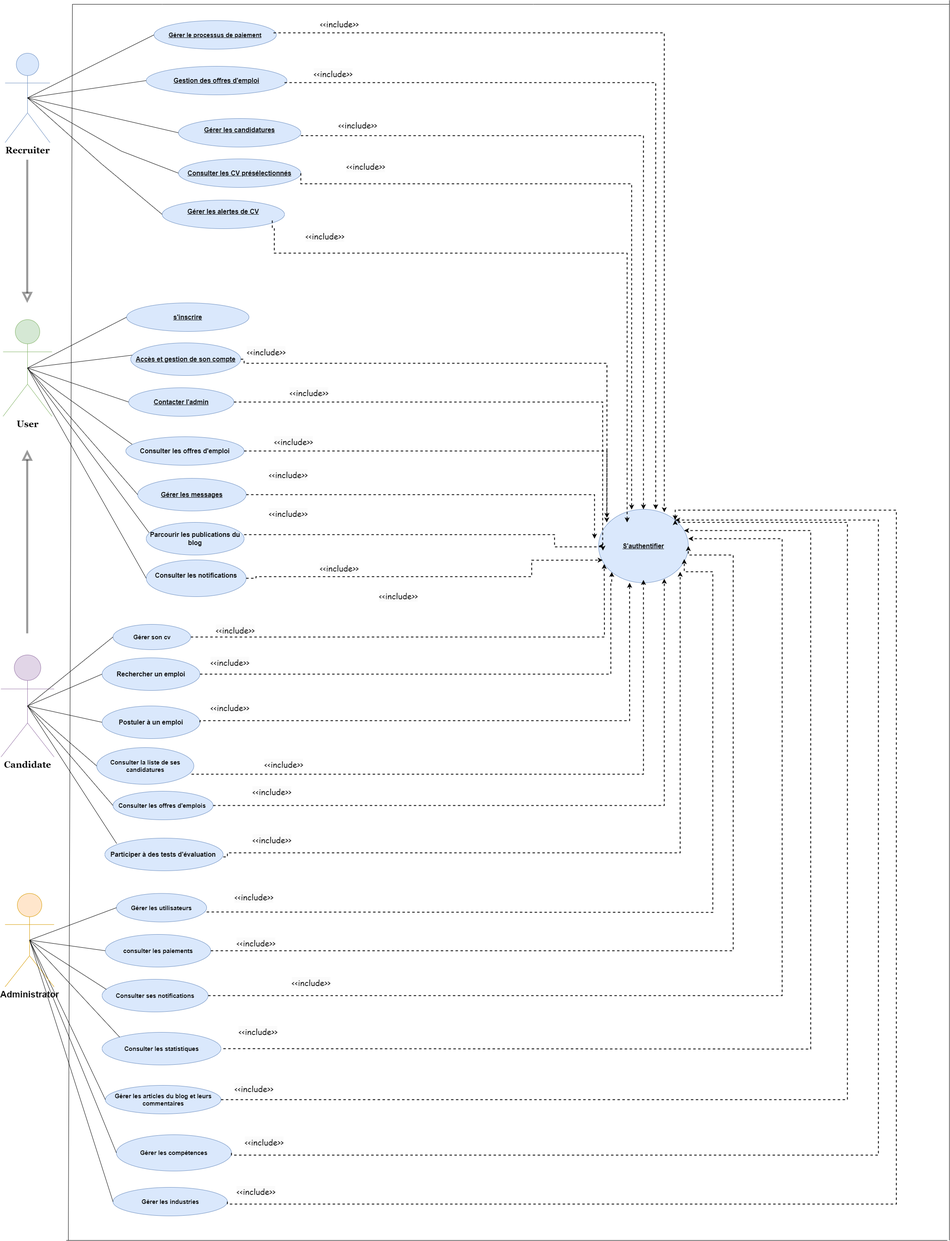
The draw.io diagram Diagramme cas d'utilisation.drawio.png in chirine1/-project, before a commit. Source tidied: cells renumbered, new cells last; positions are measured from the earlier drawing's top-left corner, leaving out a move shared by most shapes.
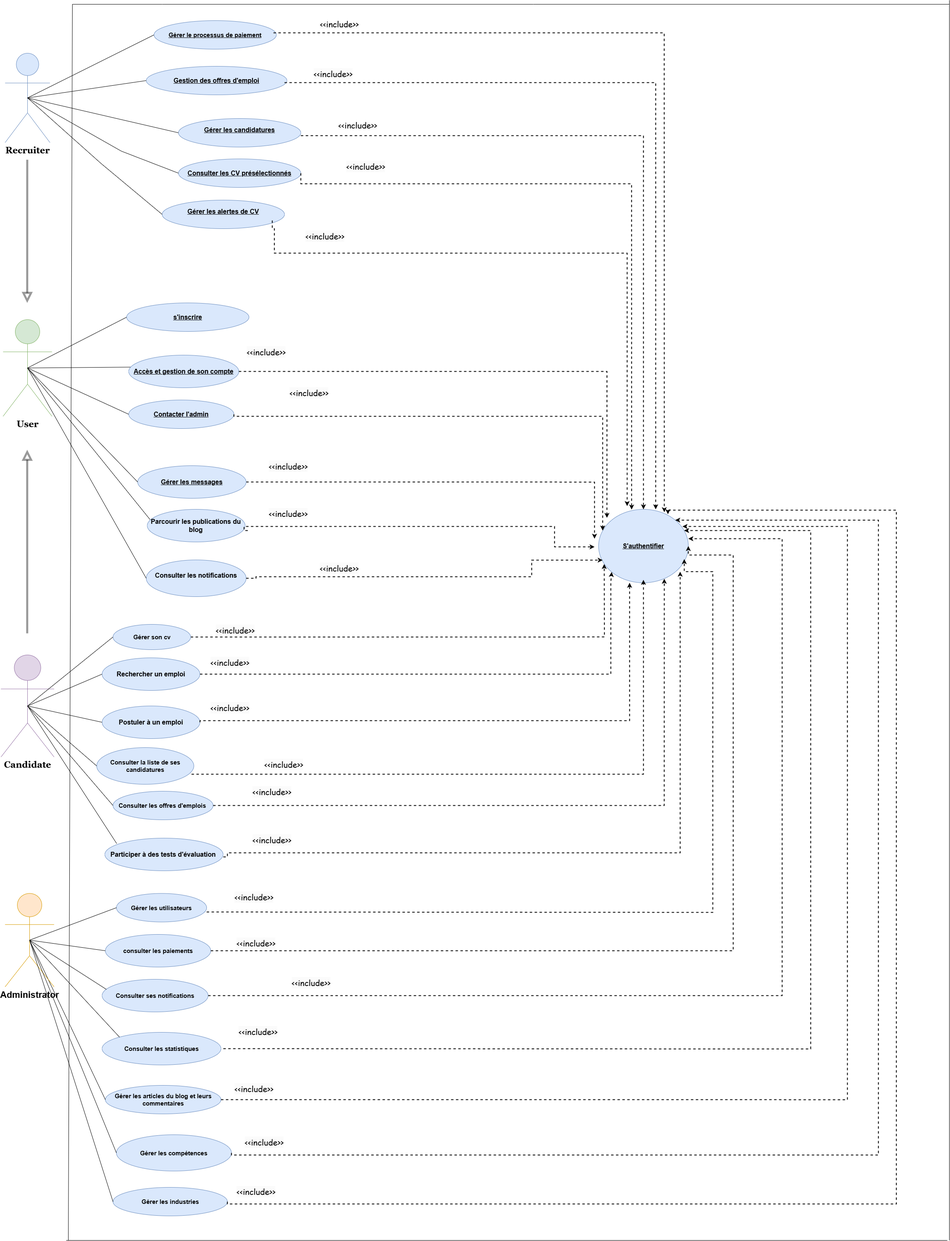
Above is the later version.

Commit message:
Mettre à jour Diagramme cas d'utilisation.drawio.png

The edit, as a diff of the source:
```diff
@@ -25,18 +25,18 @@
       <mxGeometry x="10" y="130" width="110" height="219" as="geometry" />
     </mxCell>
     <mxCell id="6" value="&lt;b style=&quot;font-size: 16px; text-decoration-line: underline;&quot;&gt;Contacter l'admin&lt;/b&gt;" style="ellipse;whiteSpace=wrap;html=1;fillColor=#dae8fc;strokeColor=#6c8ebf;" parent="1" vertex="1">
-      <mxGeometry x="313" y="950" width="258" height="70" as="geometry" />
+      <mxGeometry x="313" y="980" width="258" height="70" as="geometry" />
     </mxCell>
     <mxCell id="7" style="edgeStyle=orthogonalEdgeStyle;rounded=0;jettySize=auto;html=1;dashed=1;exitX=1;exitY=0.5;exitDx=0;exitDy=0;strokeWidth=2;" parent="1" edge="1" source="8">
       <mxGeometry relative="1" as="geometry">
         <mxPoint x="1455" y="1320" as="targetPoint" />
         <Array as="points">
-          <mxPoint x="1455" y="1212" />
+          <mxPoint x="1455" y="1181" />
         </Array>
       </mxGeometry>
     </mxCell>
     <mxCell id="8" value="&lt;b style=&quot;font-size: 16px; text-decoration-line: underline;&quot;&gt;Gérer les messages&lt;/b&gt;" style="ellipse;whiteSpace=wrap;html=1;fillColor=#dae8fc;strokeColor=#6c8ebf;" parent="1" vertex="1">
-      <mxGeometry x="335" y="1172" width="266" height="80" as="geometry" />
+      <mxGeometry x="335" y="1141" width="266" height="80" as="geometry" />
     </mxCell>
     <mxCell id="9" value="&lt;font face=&quot;Helvetica&quot; style=&quot;font-size: 15px;&quot;&gt;&lt;b style=&quot;&quot;&gt;Consulter la liste de ses candidatures&lt;/b&gt;&lt;/font&gt;" style="ellipse;whiteSpace=wrap;html=1;fillColor=#dae8fc;strokeColor=#6c8ebf;" parent="1" vertex="1">
       <mxGeometry x="234.6" y="1832" width="238.2" height="90" as="geometry" />
@@ -148,9 +148,6 @@
         </Array>
       </mxGeometry>
     </mxCell>
-    <mxCell id="37" value="&lt;span style=&quot;font-size: 16px;&quot;&gt;&lt;b&gt;Consulter les offres d'emploi&lt;/b&gt;&lt;/span&gt;" style="ellipse;whiteSpace=wrap;html=1;fillColor=#dae8fc;strokeColor=#6c8ebf;" parent="1" vertex="1">
-      <mxGeometry x="306" y="1070" width="290" height="70" as="geometry" />
-    </mxCell>
     <mxCell id="38" value="&lt;b&gt;&lt;font style=&quot;font-size: 16px;&quot;&gt;Postuler à un emploi&lt;/font&gt;&lt;/b&gt;" style="ellipse;whiteSpace=wrap;html=1;fillColor=#dae8fc;strokeColor=#6c8ebf;" parent="1" vertex="1">
       <mxGeometry x="247.8" y="1730" width="240" height="80" as="geometry" />
     </mxCell>
@@ -284,7 +281,7 @@
       <mxGeometry x="765" y="40" width="130" height="40" as="geometry" />
     </mxCell>
     <mxCell id="71" value="&lt;span style=&quot;font-size: 16px;&quot;&gt;&lt;b&gt;Parcourir les publications du blog&lt;/b&gt;&lt;/span&gt;" style="ellipse;whiteSpace=wrap;html=1;fillColor=#dae8fc;strokeColor=#6c8ebf;" parent="1" vertex="1">
-      <mxGeometry x="356" y="1280" width="240" height="80" as="geometry" />
+      <mxGeometry x="358.5" y="1248" width="240" height="80" as="geometry" />
     </mxCell>
     <mxCell id="72" value="&lt;b&gt;&lt;font style=&quot;font-size: 16px;&quot;&gt;Participer à des tests d'évaluation&amp;nbsp;&lt;/font&gt;&lt;/b&gt;" style="ellipse;whiteSpace=wrap;html=1;fillColor=#dae8fc;strokeColor=#6c8ebf;" parent="1" vertex="1">
       <mxGeometry x="254.5" y="2054" width="290" height="80" as="geometry" />
@@ -304,25 +301,23 @@
         </Array>
       </mxGeometry>
     </mxCell>
-    <mxCell id="75" style="edgeStyle=orthogonalEdgeStyle;rounded=0;orthogonalLoop=1;jettySize=auto;html=1;dashed=1;entryX=0.048;entryY=0.728;entryDx=0;entryDy=0;entryPerimeter=0;strokeWidth=2;" parent="1" edge="1">
+    <mxCell id="75" style="edgeStyle=orthogonalEdgeStyle;rounded=0;orthogonalLoop=1;jettySize=auto;html=1;dashed=1;strokeWidth=2;" parent="1" edge="1">
       <mxGeometry relative="1" as="geometry">
-        <mxPoint x="596" y="1310" as="sourcePoint" />
-        <mxPoint x="1475.6" y="1349" as="targetPoint" />
+        <mxPoint x="605" y="1300" as="sourcePoint" />
+        <mxPoint x="1455" y="1340" as="targetPoint" />
         <Array as="points">
-          <mxPoint x="1357" y="1310" />
+          <mxPoint x="596" y="1300" />
+          <mxPoint x="596" y="1290" />
+          <mxPoint x="1357" y="1290" />
           <mxPoint x="1357" y="1340" />
-          <mxPoint x="1476" y="1340" />
         </Array>
       </mxGeometry>
     </mxCell>
-    <mxCell id="76" value="&#10;&lt;span style=&quot;color: rgb(0, 0, 0); font-family: &amp;quot;Comic Sans MS&amp;quot;; font-size: 20px; font-style: normal; font-variant-ligatures: normal; font-variant-caps: normal; font-weight: 400; letter-spacing: normal; orphans: 2; text-align: center; text-indent: 0px; text-transform: none; widows: 2; word-spacing: 0px; -webkit-text-stroke-width: 0px; background-color: rgb(251, 251, 251); text-decoration-thickness: initial; text-decoration-style: initial; text-decoration-color: initial; float: none; display: inline !important;&quot;&gt;&amp;lt;&amp;lt;include&amp;gt;&amp;gt;&lt;/span&gt;&#10;&#10;" style="text;whiteSpace=wrap;html=1;" parent="1" vertex="1">
-      <mxGeometry x="925" y="1428" width="130" height="50" as="geometry" />
-    </mxCell>
     <mxCell id="77" value="&lt;span style=&quot;color: rgb(0, 0, 0); font-family: &amp;quot;Comic Sans MS&amp;quot;; font-size: 20px; font-style: normal; font-variant-ligatures: normal; font-variant-caps: normal; font-weight: 400; letter-spacing: normal; orphans: 2; text-align: center; text-indent: 0px; text-transform: none; widows: 2; word-spacing: 0px; -webkit-text-stroke-width: 0px; background-color: rgb(251, 251, 251); text-decoration-thickness: initial; text-decoration-style: initial; text-decoration-color: initial; float: none; display: inline !important;&quot;&gt;&amp;lt;&amp;lt;include&amp;gt;&amp;gt;&lt;/span&gt;" style="text;whiteSpace=wrap;html=1;" parent="1" vertex="1">
       <mxGeometry x="615" y="1922" width="130" height="50" as="geometry" />
     </mxCell>
     <mxCell id="78" value="&lt;b style=&quot;font-size: 16px;&quot;&gt;Accès et gestion de son compte&lt;/b&gt;" style="ellipse;whiteSpace=wrap;html=1;align=center;fontStyle=4;fillColor=#dae8fc;strokeColor=#6c8ebf;" parent="1" vertex="1">
-      <mxGeometry x="317.9" y="840" width="270" height="80" as="geometry" />
+      <mxGeometry x="313" y="870" width="270" height="80" as="geometry" />
     </mxCell>
     <mxCell id="79" style="endArrow=none;html=1;rounded=0;entryX=0.029;entryY=0.315;entryDx=0;entryDy=0;entryPerimeter=0;exitX=0.5;exitY=0.5;exitDx=0;exitDy=0;exitPerimeter=0;" parent="1" edge="1" source="4" target="71">
       <mxGeometry relative="1" as="geometry" />
@@ -333,15 +328,11 @@
     <mxCell id="81" style="endArrow=none;html=1;rounded=0;exitX=0.5;exitY=0.5;exitDx=0;exitDy=0;exitPerimeter=0;entryX=0;entryY=0.5;entryDx=0;entryDy=0;" parent="1" edge="1" source="87" target="80">
       <mxGeometry relative="1" as="geometry" />
     </mxCell>
-    <mxCell id="82" value="&#10;&lt;span style=&quot;color: rgb(0, 0, 0); font-family: &amp;quot;Comic Sans MS&amp;quot;; font-size: 20px; font-style: normal; font-variant-ligatures: normal; font-variant-caps: normal; font-weight: 400; letter-spacing: normal; orphans: 2; text-align: center; text-indent: 0px; text-transform: none; widows: 2; word-spacing: 0px; -webkit-text-stroke-width: 0px; background-color: rgb(251, 251, 251); text-decoration-thickness: initial; text-decoration-style: initial; text-decoration-color: initial; float: none; display: inline !important;&quot;&gt;&amp;lt;&amp;lt;include&amp;gt;&amp;gt;&lt;/span&gt;&#10;&#10;" style="text;whiteSpace=wrap;html=1;" parent="1" vertex="1">
-      <mxGeometry x="668" y="1050" width="130" height="50" as="geometry" />
-    </mxCell>
-    <mxCell id="83" style="edgeStyle=orthogonalEdgeStyle;rounded=0;jettySize=auto;html=1;entryX=1;entryY=0;entryDx=0;entryDy=0;dashed=1;exitX=1;exitY=0.5;exitDx=0;exitDy=0;strokeWidth=2;" parent="1" edge="1" source="80" target="16">
+    <mxCell id="83" style="edgeStyle=orthogonalEdgeStyle;rounded=0;jettySize=auto;html=1;entryX=0.935;entryY=0.233;entryDx=0;entryDy=0;dashed=1;exitX=1;exitY=0.5;exitDx=0;exitDy=0;strokeWidth=2;entryPerimeter=0;" parent="1" edge="1" source="80" target="16">
       <mxGeometry relative="1" as="geometry">
         <Array as="points">
           <mxPoint x="2075" y="2695" />
-          <mxPoint x="2075" y="1280" />
-          <mxPoint x="1653" y="1280" />
+          <mxPoint x="2075" y="1290" />
         </Array>
       </mxGeometry>
     </mxCell>
@@ -363,11 +354,6 @@
     <mxCell id="89" style="endArrow=none;html=1;rounded=0;entryX=0.5;entryY=0.5;entryDx=0;entryDy=0;exitX=0.04;exitY=0.308;exitDx=0;exitDy=0;entryPerimeter=0;exitPerimeter=0;" parent="1" edge="1" source="84" target="87">
       <mxGeometry relative="1" as="geometry" />
     </mxCell>
-    <mxCell id="90" style="endArrow=none;html=1;rounded=0;entryX=0.052;entryY=0.264;entryDx=0;entryDy=0;exitX=0.5;exitY=0.5;exitDx=0;exitDy=0;exitPerimeter=0;entryPerimeter=0;" parent="1" edge="1" target="37">
-      <mxGeometry relative="1" as="geometry">
-        <mxPoint x="75" y="912" as="sourcePoint" />
-      </mxGeometry>
-    </mxCell>
     <mxCell id="91" style="edgeStyle=orthogonalEdgeStyle;rounded=0;jettySize=auto;html=1;dashed=1;entryX=0.732;entryY=0.039;entryDx=0;entryDy=0;entryPerimeter=0;exitX=0.633;exitY=1;exitDx=0;exitDy=0;exitPerimeter=0;strokeWidth=2;" parent="1" edge="1" target="16">
       <mxGeometry relative="1" as="geometry">
         <mxPoint x="668" y="80" as="sourcePoint" />
@@ -402,9 +388,10 @@
         </Array>
       </mxGeometry>
     </mxCell>
-    <mxCell id="95" style="edgeStyle=orthogonalEdgeStyle;rounded=0;jettySize=auto;html=1;dashed=1;entryX=0.318;entryY=0.178;entryDx=0;entryDy=0;entryPerimeter=0;strokeWidth=2;" parent="1" edge="1" target="16">
+    <mxCell id="95" style="edgeStyle=orthogonalEdgeStyle;rounded=0;orthogonalLoop=1;jettySize=auto;html=1;dashed=1;strokeWidth=2;" parent="1" edge="1">
       <mxGeometry relative="1" as="geometry">
         <mxPoint x="665" y="540" as="sourcePoint" />
+        <mxPoint x="1535" y="1240" as="targetPoint" />
         <Array as="points">
           <mxPoint x="665" y="560" />
           <mxPoint x="670" y="560" />
@@ -417,25 +404,19 @@
       <mxGeometry relative="1" as="geometry">
         <mxPoint x="1485.5" y="1268.9" as="targetPoint" />
         <Array as="points">
-          <mxPoint x="596" y="880" />
-          <mxPoint x="596" y="890" />
-          <mxPoint x="1485" y="890" />
+          <mxPoint x="1486" y="910" />
         </Array>
       </mxGeometry>
     </mxCell>
-    <mxCell id="97" style="edgeStyle=orthogonalEdgeStyle;rounded=0;jettySize=auto;html=1;dashed=1;exitX=1;exitY=0.5;exitDx=0;exitDy=0;entryX=0;entryY=0.5;entryDx=0;entryDy=0;strokeWidth=2;" parent="1" edge="1" source="6" target="16">
+    <mxCell id="97" style="edgeStyle=orthogonalEdgeStyle;rounded=0;jettySize=auto;html=1;dashed=1;exitX=1;exitY=0.5;exitDx=0;exitDy=0;strokeWidth=2;" parent="1" edge="1" source="6">
       <mxGeometry relative="1" as="geometry">
+        <mxPoint x="1475" y="1300" as="targetPoint" />
         <Array as="points">
-          <mxPoint x="1475" y="985" />
-          <mxPoint x="1475" y="1338" />
+          <mxPoint x="571" y="1020" />
+          <mxPoint x="1475" y="1020" />
         </Array>
       </mxGeometry>
     </mxCell>
-    <mxCell id="98" style="edgeStyle=orthogonalEdgeStyle;rounded=0;jettySize=auto;html=1;dashed=1;exitX=1;exitY=0.5;exitDx=0;exitDy=0;strokeWidth=2;" parent="1" edge="1" source="37">
-      <mxGeometry relative="1" as="geometry">
-        <mxPoint x="1485" y="1280" as="targetPoint" />
-      </mxGeometry>
-    </mxCell>
     <mxCell id="99" value="&lt;span style=&quot;color: rgb(0, 0, 0); font-family: &amp;quot;Comic Sans MS&amp;quot;; font-size: 20px; font-style: normal; font-variant-ligatures: normal; font-variant-caps: normal; font-weight: 400; letter-spacing: normal; orphans: 2; text-align: center; text-indent: 0px; text-transform: none; widows: 2; word-spacing: 0px; -webkit-text-stroke-width: 0px; background-color: rgb(251, 251, 251); text-decoration-thickness: initial; text-decoration-style: initial; text-decoration-color: initial; float: none; display: inline !important;&quot;&gt;&amp;lt;&amp;lt;include&amp;gt;&amp;gt;&lt;/span&gt;" style="text;whiteSpace=wrap;html=1;" parent="1" vertex="1">
       <mxGeometry x="655" y="1240" width="130" height="50" as="geometry" />
     </mxCell>
@@ -471,7 +452,7 @@
       </mxGeometry>
     </mxCell>
     <mxCell id="104" value="&#10;&lt;span style=&quot;color: rgb(0, 0, 0); font-family: &amp;quot;Comic Sans MS&amp;quot;; font-size: 20px; font-style: normal; font-variant-ligatures: normal; font-variant-caps: normal; font-weight: 400; letter-spacing: normal; orphans: 2; text-align: center; text-indent: 0px; text-transform: none; widows: 2; word-spacing: 0px; -webkit-text-stroke-width: 0px; background-color: rgb(251, 251, 251); text-decoration-thickness: initial; text-decoration-style: initial; text-decoration-color: initial; float: none; display: inline !important;&quot;&gt;&amp;lt;&amp;lt;include&amp;gt;&amp;gt;&lt;/span&gt;&#10;&#10;" style="text;whiteSpace=wrap;html=1;" parent="1" vertex="1">
-      <mxGeometry x="655" y="1131" width="130" height="50" as="geometry" />
+      <mxGeometry x="655" y="1110" width="130" height="50" as="geometry" />
     </mxCell>
     <mxCell id="105" value="&lt;b&gt;&lt;font style=&quot;font-size: 15px;&quot;&gt;Gérer les industries&lt;/font&gt;&lt;/b&gt;" style="ellipse;whiteSpace=wrap;html=1;align=center;fillColor=#dae8fc;strokeColor=#6c8ebf;" parent="1" vertex="1">
       <mxGeometry x="274.5" y="2910" width="280.5" height="70" as="geometry" />
@@ -485,13 +466,14 @@
     <mxCell id="108" style="endArrow=none;html=1;rounded=0;exitX=0.5;exitY=0.5;exitDx=0;exitDy=0;exitPerimeter=0;entryX=0;entryY=0.5;entryDx=0;entryDy=0;" parent="1" edge="1" source="87" target="106">
       <mxGeometry relative="1" as="geometry" />
     </mxCell>
-    <mxCell id="109" style="edgeStyle=orthogonalEdgeStyle;rounded=0;jettySize=auto;html=1;entryX=1;entryY=0;entryDx=0;entryDy=0;dashed=1;exitX=1;exitY=0.5;exitDx=0;exitDy=0;strokeWidth=2;" parent="1" edge="1" source="105" target="16">
+    <mxCell id="109" style="edgeStyle=orthogonalEdgeStyle;rounded=0;jettySize=auto;html=1;dashed=1;exitX=1;exitY=0.5;exitDx=0;exitDy=0;strokeWidth=2;" parent="1" edge="1" source="105">
       <mxGeometry relative="1" as="geometry">
+        <mxPoint x="1635" y="1260" as="targetPoint" />
         <Array as="points">
           <mxPoint x="555" y="2951" />
           <mxPoint x="2195" y="2951" />
           <mxPoint x="2195" y="1250" />
-          <mxPoint x="1653" y="1250" />
+          <mxPoint x="1635" y="1250" />
         </Array>
       </mxGeometry>
     </mxCell>
```
